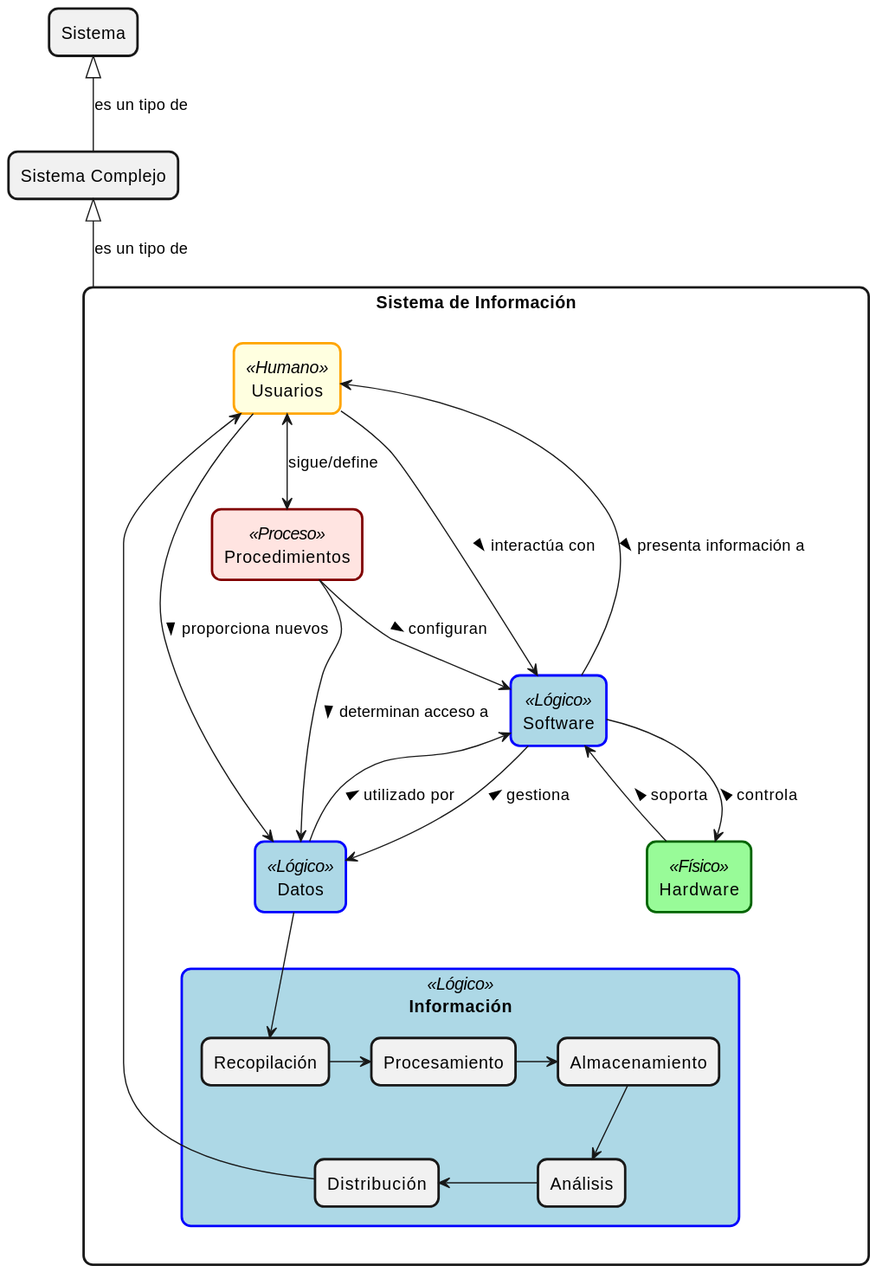
This is images/temario/modelosUML/componentesSI.svg from oscarsantasanchez/24-25-DSI, a PlantUML export, as it was before one commit. Its diagram source:
```plantuml
@startuml
skinparam rectangle {
  BackgroundColor<<Físico>> PaleGreen
  BorderColor<<Físico>> DarkGreen
  BackgroundColor<<Lógico>> LightBlue
  BorderColor<<Lógico>> Blue
  BackgroundColor<<Humano>> LightYellow
  BorderColor<<Humano>> Orange
  BackgroundColor<<Proceso>> MistyRose
  BorderColor<<Proceso>> Maroon
  BorderThickness 2
  RoundCorner 15
}

rectangle "Sistema de Información" as SI {
  rectangle "Hardware" as HW <<Físico>>
  rectangle "Software" as SW <<Lógico>>
  rectangle "Datos" as DAT <<Lógico>>
  rectangle "Procedimientos" as PROC <<Proceso>>
  rectangle "Usuarios" as USR <<Humano>>

  rectangle "Información" as INFO <<Lógico>> {
    rectangle "Recopilación" as RECOP
    rectangle "Procesamiento" as PROCESS
    rectangle "Almacenamiento" as ALMAC
    rectangle "Análisis" as ANAL
    rectangle "Distribución" as DIST
  }
}

HW --> SW : soporta >
SW --> HW : < controla
DAT --> SW : utilizado por >
SW --> DAT : < gestiona
USR --> SW : interactúa con >
SW --> USR : < presenta información a
USR <--> PROC : sigue/define
PROC --> SW : configuran >
PROC --> DAT : determinan acceso a >

DAT --> RECOP
RECOP -r-> PROCESS
PROCESS -r-> ALMAC
ALMAC -d-> ANAL
ANAL -l-> DIST
DIST -l-> USR
USR --> DAT : proporciona nuevos >

rectangle "Sistema Complejo" as SCOMP
SCOMP <|-- SI : es un tipo de

rectangle "Sistema" as SIST
SIST <|-- SCOMP : es un tipo de
@enduml
```
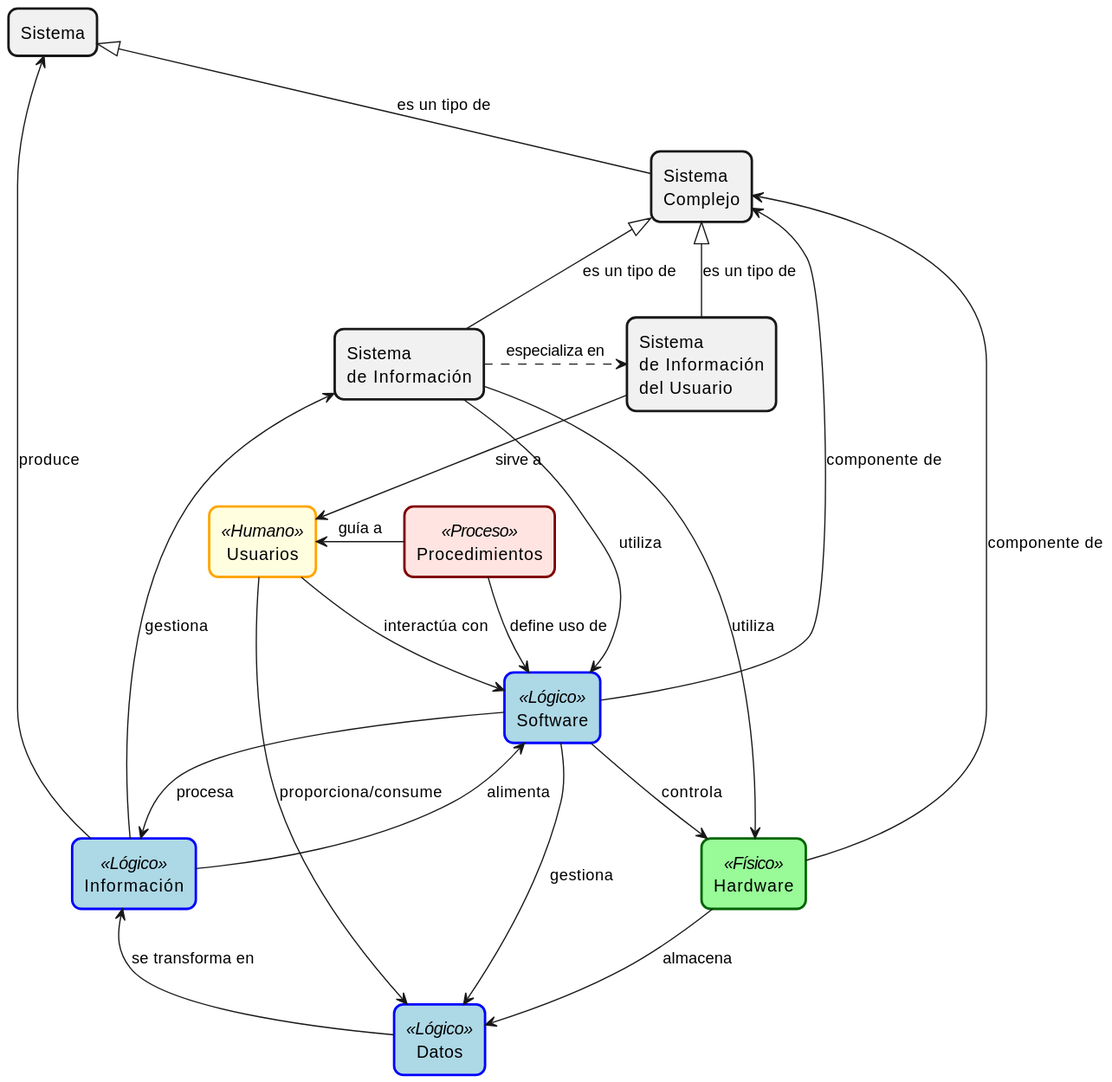
After the change.

Change to the diagram source:
```diff
@@ -12,43 +12,39 @@
   RoundCorner 15
 }
 
-rectangle "Sistema de Información" as SI {
-  rectangle "Hardware" as HW <<Físico>>
-  rectangle "Software" as SW <<Lógico>>
-  rectangle "Datos" as DAT <<Lógico>>
-  rectangle "Procedimientos" as PROC <<Proceso>>
-  rectangle "Usuarios" as USR <<Humano>>
+rectangle "Sistema" as SIST
+rectangle "Sistema\nComplejo" as SCOMP
+rectangle "Sistema\nde Información" as SI
+rectangle "Sistema\nde Información\ndel Usuario" as SIUSR
 
-  rectangle "Información" as INFO <<Lógico>> {
-    rectangle "Recopilación" as RECOP
-    rectangle "Procesamiento" as PROCESS
-    rectangle "Almacenamiento" as ALMAC
-    rectangle "Análisis" as ANAL
-    rectangle "Distribución" as DIST
-  }
-}
+rectangle "Hardware" as HW <<Físico>>
+rectangle "Software" as SW <<Lógico>>
+rectangle "Datos" as DAT <<Lógico>>
+rectangle "Procedimientos" as PROC <<Proceso>>
+rectangle "Usuarios" as USR <<Humano>>
+rectangle "Información" as INFO <<Lógico>>
 
-HW --> SW : soporta >
-SW --> HW : < controla
-DAT --> SW : utilizado por >
-SW --> DAT : < gestiona
-USR --> SW : interactúa con >
-SW --> USR : < presenta información a
-USR <--> PROC : sigue/define
-PROC --> SW : configuran >
-PROC --> DAT : determinan acceso a >
+SIST <|-d- SCOMP : es un tipo de
+SCOMP <|-- SI : es un tipo de
+SCOMP <|-- SIUSR : es un tipo de
+SIST <-- INFO : produce
 
-DAT --> RECOP
-RECOP -r-> PROCESS
-PROCESS -r-> ALMAC
-ALMAC -d-> ANAL
-ANAL -l-> DIST
-DIST -l-> USR
-USR --> DAT : proporciona nuevos >
+SCOMP <-- HW : componente de
+SCOMP <-- SW : componente de
+SI --> HW : utiliza
+SI --> SW : utiliza
+SI <-- INFO : gestiona
+SW --> HW : controla
+SW --> INFO : procesa
+INFO --> SW : alimenta
 
-rectangle "Sistema Complejo" as SCOMP
-SCOMP <|-- SI : es un tipo de
-
-rectangle "Sistema" as SIST
-SIST <|-- SCOMP : es un tipo de
+SI .> SIUSR : especializa en
+HW --> DAT : almacena
+SW --> DAT : gestiona
+DAT -u-> INFO : se transforma en
+USR --> SW : interactúa con
+USR --> DAT : proporciona/consume
+PROC -d-> SW : define uso de
+PROC -l-> USR : guía a
+SIUSR --> USR : sirve a
 @enduml
```
